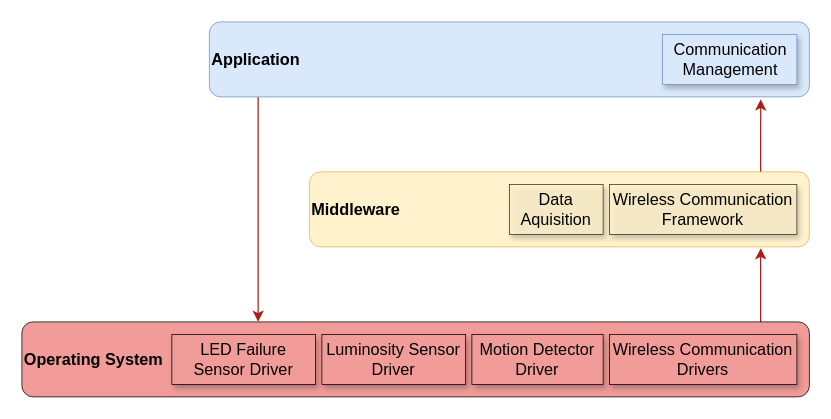
Above: page "sw_arch_local" (4 of 4) of project/report/flowcharts/system_overview.drawio in ESRGgroup9/slipad (draw.io), before the change. Source tidied: cells renumbered, new cells numbered last; positions are measured from the earlier drawing's top-left corner, leaving out a move shared by most shapes. Both pictures are drawn from the tidied source at 125%, with x=0, y=0 at pixel (21, 21).
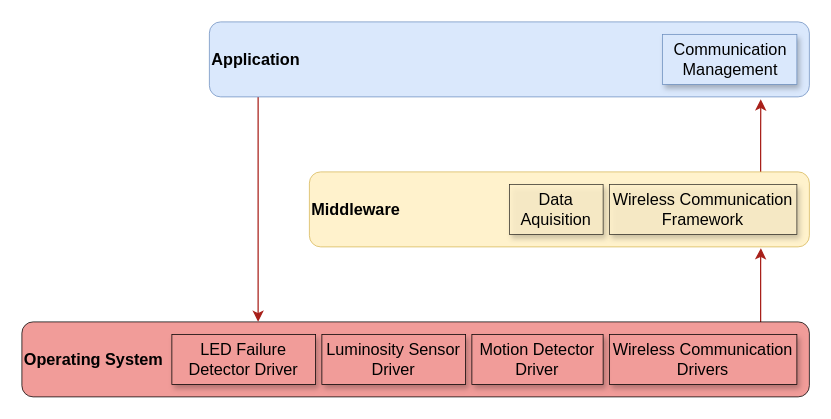
The same page after the edit.

What changed in the source:
```diff
@@
-    <mxCell id="14" value="LED Failure Sensor Driver" style="rounded=0;whiteSpace=wrap;html=1;labelBackgroundColor=none;labelBorderColor=none;fontSize=13;fontColor=default;strokeColor=default;strokeWidth=0.6;fillColor=#F19C99;align=center;verticalAlign=middle;shadow=1;" parent="1" vertex="1">
+    <mxCell id="14" value="LED Failure Detector Driver" style="rounded=0;whiteSpace=wrap;html=1;labelBackgroundColor=none;labelBorderColor=none;fontSize=13;fontColor=default;strokeColor=default;strokeWidth=0.6;fillColor=#F19C99;align=center;verticalAlign=middle;shadow=1;" parent="1" vertex="1">
       <mxGeometry x="120" y="250" width="115" height="40" as="geometry" />
     </mxCell>
```
